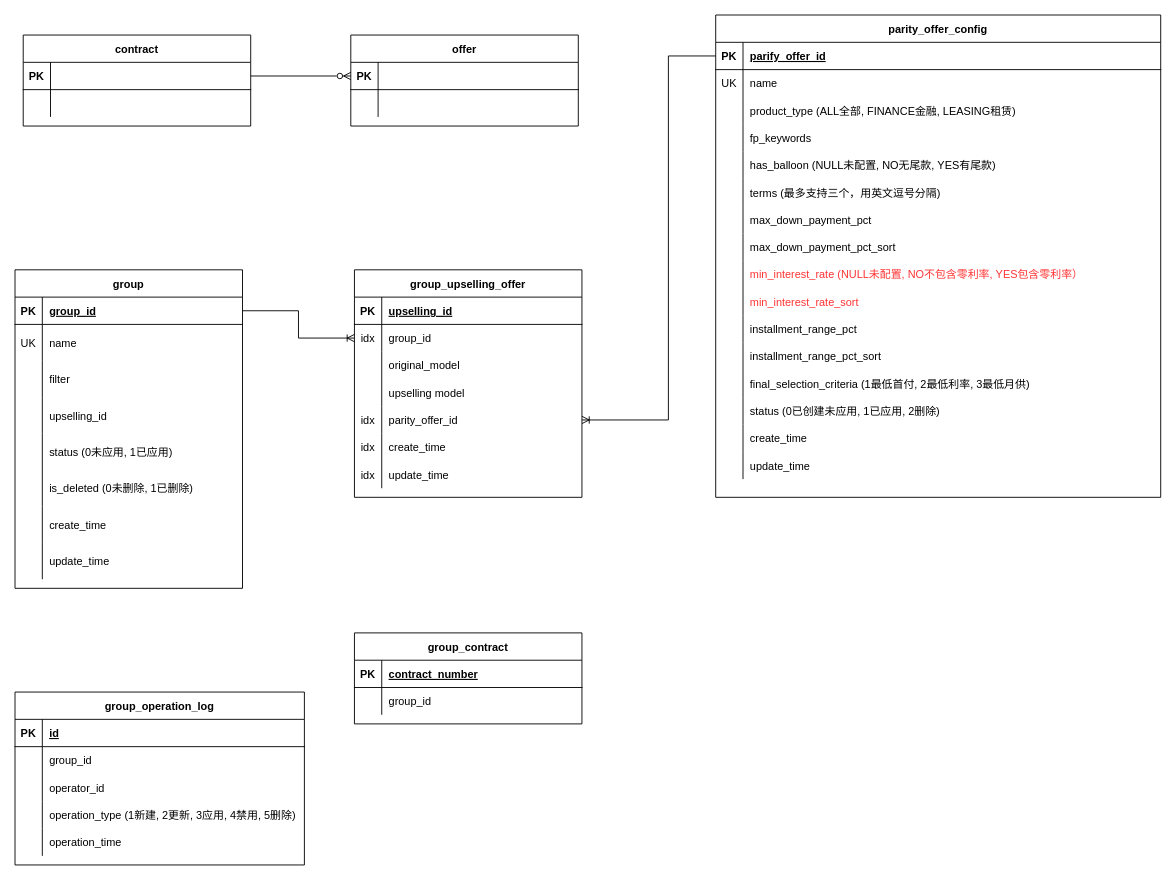
likun0121/insight keeps this draw.io diagram as insight.drawio. Above is the earlier version. Source tidied: cells renumbered, new cells numbered last; positions are measured from the earlier drawing's top-left corner, leaving out a move shared by most shapes. Both pictures are drawn from the tidied source at 91%, with x=0, y=0 at pixel (15, 15).
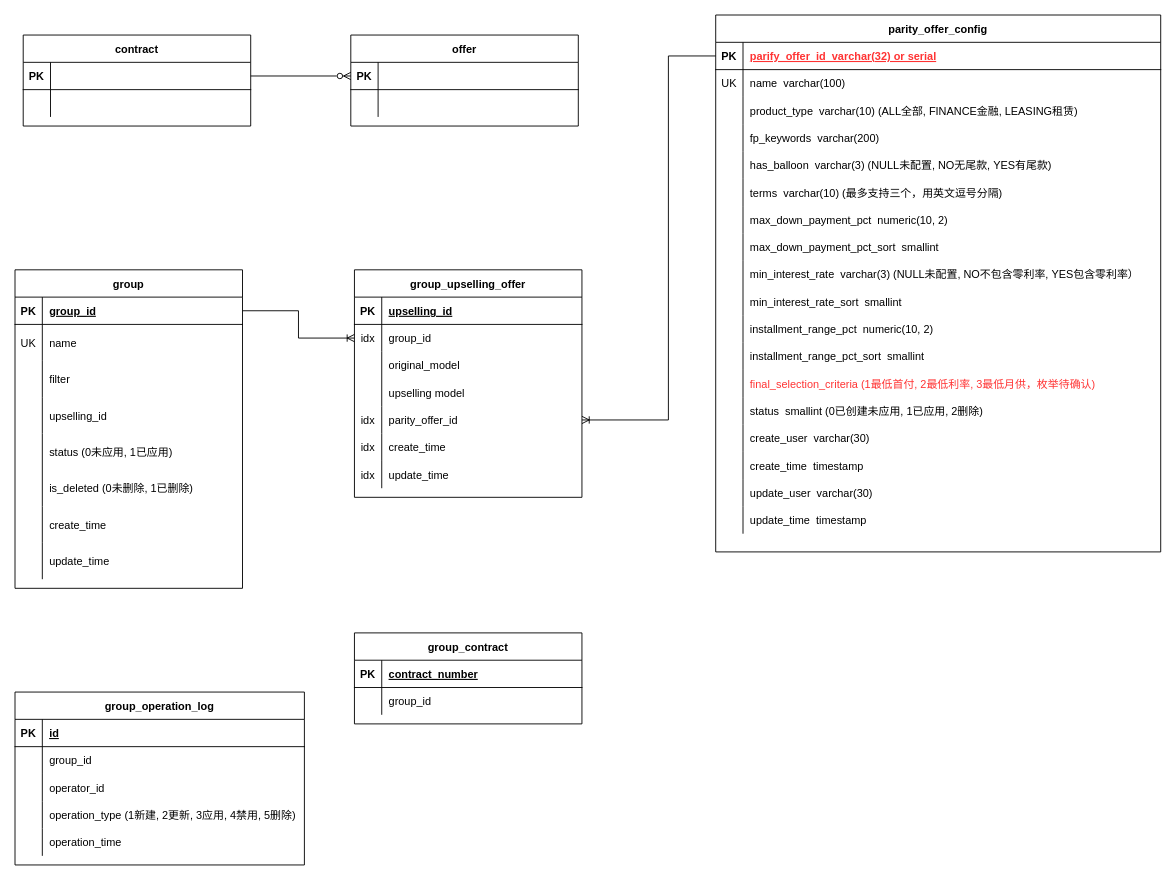
The same diagram, later.

Unchanged cells that the change refers to:
```xml
<mxCell id="43" style="shape=partialRectangle;fillColor=none;points=[[0,0.5],[1,0.5]];portConstraint=eastwest;top=0;left=0;right=0;bottom=1;" parent="42" vertex="1">
  <mxGeometry y="30" width="489" height="30" as="geometry" />
</mxCell>
<mxCell id="46" style="shape=partialRectangle;fillColor=none;top=0;left=0;right=0;bottom=0;" parent="42" vertex="1">
  <mxGeometry y="60" width="489" height="30" as="geometry" />
</mxCell>
<mxCell id="49" style="shape=partialRectangle;fillColor=none;top=0;left=0;right=0;bottom=0;" parent="42" vertex="1">
  <mxGeometry y="90" width="489" height="30" as="geometry" />
</mxCell>
<mxCell id="52" style="shape=partialRectangle;fillColor=none;top=0;left=0;right=0;bottom=0;" parent="42" vertex="1">
  <mxGeometry y="120" width="489" height="30" as="geometry" />
</mxCell>
<mxCell id="55" style="shape=partialRectangle;fillColor=none;top=0;left=0;right=0;bottom=0;" parent="42" vertex="1">
  <mxGeometry y="150" width="489" height="30" as="geometry" />
</mxCell>
<mxCell id="58" style="shape=partialRectangle;fillColor=none;top=0;left=0;right=0;bottom=0;" parent="42" vertex="1">
  <mxGeometry y="180" width="489" height="30" as="geometry" />
</mxCell>
<mxCell id="61" style="shape=partialRectangle;fillColor=none;top=0;left=0;right=0;bottom=0;" parent="42" vertex="1">
  <mxGeometry y="210" width="489" height="30" as="geometry" />
</mxCell>
<mxCell id="64" style="shape=partialRectangle;fillColor=none;top=0;left=0;right=0;bottom=0;" parent="42" vertex="1">
  <mxGeometry y="240" width="489" height="30" as="geometry" />
</mxCell>
<mxCell id="70" style="shape=partialRectangle;fillColor=none;top=0;left=0;right=0;bottom=0;" parent="42" vertex="1">
  <mxGeometry y="300" width="489" height="30" as="geometry" />
</mxCell>
<mxCell id="73" style="shape=partialRectangle;fillColor=none;top=0;left=0;right=0;bottom=0;" parent="42" vertex="1">
  <mxGeometry y="330" width="489" height="30" as="geometry" />
</mxCell>
<mxCell id="76" style="shape=partialRectangle;fillColor=none;top=0;left=0;right=0;bottom=0;" parent="42" vertex="1">
  <mxGeometry y="360" width="489" height="30" as="geometry" />
</mxCell>
<mxCell id="79" style="shape=partialRectangle;fillColor=none;top=0;left=0;right=0;bottom=0;" parent="42" vertex="1">
  <mxGeometry y="390" width="489" height="30" as="geometry" />
</mxCell>
<mxCell id="82" style="shape=partialRectangle;fillColor=none;top=0;left=0;right=0;bottom=0;" parent="42" vertex="1">
  <mxGeometry y="420" width="489" height="30" as="geometry" />
</mxCell>
```

The edit, as a diff of the source:
```diff
@@
     <mxCell id="42" value="parity_offer_config" style="shape=table;startSize=30;childLayout=tableLayout;rowLines=0;fontStyle=1;align=center;" parent="1" vertex="1">
-      <mxGeometry x="770" width="489" height="530" as="geometry" />
+      <mxGeometry x="770" width="489" height="590" as="geometry" />
     </mxCell>
@@
-    <mxCell id="45" value="parify_offer_id" style="shape=partialRectangle;overflow=hidden;fillColor=none;top=0;left=0;bottom=0;right=0;align=left;spacingLeft=6;fontStyle=5;" parent="43" vertex="1">
+    <mxCell id="45" value="parify_offer_id  varchar(32) or serial" style="shape=partialRectangle;overflow=hidden;fillColor=none;top=0;left=0;bottom=0;right=0;align=left;spacingLeft=6;fontStyle=5;fontColor=#FF3333;" parent="43" vertex="1">
       <mxGeometry x="30" width="459" height="30" as="geometry" />
     </mxCell>
@@
-    <mxCell id="48" value="name" style="shape=partialRectangle;overflow=hidden;fillColor=none;top=0;left=0;bottom=0;right=0;align=left;spacingLeft=6;" parent="46" vertex="1">
+    <mxCell id="48" value="name  varchar(100)" style="shape=partialRectangle;overflow=hidden;fillColor=none;top=0;left=0;bottom=0;right=0;align=left;spacingLeft=6;" parent="46" vertex="1">
       <mxGeometry x="30" width="459" height="30" as="geometry" />
     </mxCell>
@@
-    <mxCell id="51" value="product_type (ALL全部, FINANCE金融, LEASING租赁)" style="shape=partialRectangle;overflow=hidden;fillColor=none;top=0;left=0;bottom=0;right=0;align=left;spacingLeft=6;" parent="49" vertex="1">
+    <mxCell id="51" value="product_type  varchar(10) (ALL全部, FINANCE金融, LEASING租赁)" style="shape=partialRectangle;overflow=hidden;fillColor=none;top=0;left=0;bottom=0;right=0;align=left;spacingLeft=6;" parent="49" vertex="1">
       <mxGeometry x="30" width="459" height="30" as="geometry" />
     </mxCell>
@@
-    <mxCell id="54" value="fp_keywords" style="shape=partialRectangle;overflow=hidden;fillColor=none;top=0;left=0;bottom=0;right=0;align=left;spacingLeft=6;" parent="52" vertex="1">
+    <mxCell id="54" value="fp_keywords  varchar(200)" style="shape=partialRectangle;overflow=hidden;fillColor=none;top=0;left=0;bottom=0;right=0;align=left;spacingLeft=6;" parent="52" vertex="1">
       <mxGeometry x="30" width="459" height="30" as="geometry" />
     </mxCell>
@@
-    <mxCell id="57" value="has_balloon (NULL未配置, NO无尾款, YES有尾款)" style="shape=partialRectangle;overflow=hidden;fillColor=none;top=0;left=0;bottom=0;right=0;align=left;spacingLeft=6;" parent="55" vertex="1">
+    <mxCell id="57" value="has_balloon  varchar(3) (NULL未配置, NO无尾款, YES有尾款)" style="shape=partialRectangle;overflow=hidden;fillColor=none;top=0;left=0;bottom=0;right=0;align=left;spacingLeft=6;" parent="55" vertex="1">
       <mxGeometry x="30" width="459" height="30" as="geometry" />
     </mxCell>
@@
-    <mxCell id="60" value="terms (最多支持三个，用英文逗号分隔)" style="shape=partialRectangle;overflow=hidden;fillColor=none;top=0;left=0;bottom=0;right=0;align=left;spacingLeft=6;" parent="58" vertex="1">
+    <mxCell id="60" value="terms  varchar(10) (最多支持三个，用英文逗号分隔)" style="shape=partialRectangle;overflow=hidden;fillColor=none;top=0;left=0;bottom=0;right=0;align=left;spacingLeft=6;" parent="58" vertex="1">
       <mxGeometry x="30" width="459" height="30" as="geometry" />
     </mxCell>
@@
-    <mxCell id="63" value="max_down_payment_pct" style="shape=partialRectangle;overflow=hidden;fillColor=none;top=0;left=0;bottom=0;right=0;align=left;spacingLeft=6;" parent="61" vertex="1">
+    <mxCell id="63" value="max_down_payment_pct  numeric(10, 2)" style="shape=partialRectangle;overflow=hidden;fillColor=none;top=0;left=0;bottom=0;right=0;align=left;spacingLeft=6;" parent="61" vertex="1">
       <mxGeometry x="30" width="459" height="30" as="geometry" />
     </mxCell>
@@
-    <mxCell id="66" value="max_down_payment_pct_sort" style="shape=partialRectangle;overflow=hidden;fillColor=none;top=0;left=0;bottom=0;right=0;align=left;spacingLeft=6;" parent="64" vertex="1">
+    <mxCell id="66" value="max_down_payment_pct_sort  smallint" style="shape=partialRectangle;overflow=hidden;fillColor=none;top=0;left=0;bottom=0;right=0;align=left;spacingLeft=6;" parent="64" vertex="1">
       <mxGeometry x="30" width="459" height="30" as="geometry" />
     </mxCell>
-    <mxCell id="67" style="shape=partialRectangle;fillColor=none;top=0;left=0;right=0;bottom=0;" parent="42" vertex="1">
+    <mxCell id="67" style="shape=partialRectangle;fillColor=none;top=0;left=0;right=0;bottom=0;strokeColor=#000000;" parent="42" vertex="1">
       <mxGeometry y="270" width="489" height="30" as="geometry" />
     </mxCell>
@@
-    <mxCell id="69" value="min_interest_rate (NULL未配置, NO不包含零利率, YES包含零利率）" style="shape=partialRectangle;overflow=hidden;fillColor=none;top=0;left=0;bottom=0;right=0;align=left;spacingLeft=6;labelBackgroundColor=default;fontColor=#FF3333;" parent="67" vertex="1">
+    <mxCell id="69" value="min_interest_rate  varchar(3) (NULL未配置, NO不包含零利率, YES包含零利率）" style="shape=partialRectangle;overflow=hidden;fillColor=none;top=0;left=0;bottom=0;right=0;align=left;spacingLeft=6;labelBackgroundColor=default;fontColor=#000000;" parent="67" vertex="1">
       <mxGeometry x="30" width="459" height="30" as="geometry" />
     </mxCell>
@@
-    <mxCell id="72" value="min_interest_rate_sort" style="shape=partialRectangle;overflow=hidden;fillColor=none;top=0;left=0;bottom=0;right=0;align=left;spacingLeft=6;fontColor=#FF3333;" parent="70" vertex="1">
+    <mxCell id="72" value="min_interest_rate_sort  smallint" style="shape=partialRectangle;overflow=hidden;fillColor=none;top=0;left=0;bottom=0;right=0;align=left;spacingLeft=6;fontColor=#000000;" parent="70" vertex="1">
       <mxGeometry x="30" width="459" height="30" as="geometry" />
     </mxCell>
@@
-    <mxCell id="75" value="installment_range_pct" style="shape=partialRectangle;overflow=hidden;fillColor=none;top=0;left=0;bottom=0;right=0;align=left;spacingLeft=6;" parent="73" vertex="1">
+    <mxCell id="75" value="installment_range_pct  numeric(10, 2)" style="shape=partialRectangle;overflow=hidden;fillColor=none;top=0;left=0;bottom=0;right=0;align=left;spacingLeft=6;" parent="73" vertex="1">
       <mxGeometry x="30" width="459" height="30" as="geometry" />
     </mxCell>
@@
-    <mxCell id="78" value="installment_range_pct_sort" style="shape=partialRectangle;overflow=hidden;fillColor=none;top=0;left=0;bottom=0;right=0;align=left;spacingLeft=6;" parent="76" vertex="1">
+    <mxCell id="78" value="installment_range_pct_sort  smallint" style="shape=partialRectangle;overflow=hidden;fillColor=none;top=0;left=0;bottom=0;right=0;align=left;spacingLeft=6;" parent="76" vertex="1">
       <mxGeometry x="30" width="459" height="30" as="geometry" />
     </mxCell>
@@
-    <mxCell id="81" value="final_selection_criteria (1最低首付, 2最低利率, 3最低月供)" style="shape=partialRectangle;overflow=hidden;fillColor=none;top=0;left=0;bottom=0;right=0;align=left;spacingLeft=6;" parent="79" vertex="1">
+    <mxCell id="81" value="final_selection_criteria (1最低首付, 2最低利率, 3最低月供，枚举待确认)" style="shape=partialRectangle;overflow=hidden;fillColor=none;top=0;left=0;bottom=0;right=0;align=left;spacingLeft=6;fontColor=#FF3333;" parent="79" vertex="1">
       <mxGeometry x="30" width="459" height="30" as="geometry" />
     </mxCell>
@@
-    <mxCell id="84" value="status (0已创建未应用, 1已应用, 2删除)" style="shape=partialRectangle;overflow=hidden;fillColor=none;top=0;left=0;bottom=0;right=0;align=left;spacingLeft=6;" parent="82" vertex="1">
+    <mxCell id="84" value="status  smallint (0已创建未应用, 1已应用, 2删除)" style="shape=partialRectangle;overflow=hidden;fillColor=none;top=0;left=0;bottom=0;right=0;align=left;spacingLeft=6;" parent="82" vertex="1">
       <mxGeometry x="30" width="459" height="30" as="geometry" />
     </mxCell>
+    <mxCell id="138" style="shape=partialRectangle;fillColor=none;top=0;left=0;right=0;bottom=0;" parent="42" vertex="1">
+      <mxGeometry y="450" width="489" height="30" as="geometry" />
+    </mxCell>
+    <mxCell id="139" style="shape=partialRectangle;overflow=hidden;fillColor=none;top=0;left=0;bottom=0;right=0;" parent="138" vertex="1">
+      <mxGeometry width="30" height="30" as="geometry" />
+    </mxCell>
+    <mxCell id="140" value="create_user  varchar(30)" style="shape=partialRectangle;overflow=hidden;fillColor=none;top=0;left=0;bottom=0;right=0;align=left;spacingLeft=6;" parent="138" vertex="1">
+      <mxGeometry x="30" width="459" height="30" as="geometry" />
+    </mxCell>
     <mxCell id="85" style="shape=partialRectangle;fillColor=none;top=0;left=0;right=0;bottom=0;" parent="42" vertex="1">
-      <mxGeometry y="450" width="489" height="30" as="geometry" />
+      <mxGeometry y="480" width="489" height="30" as="geometry" />
     </mxCell>
@@
-    <mxCell id="87" value="create_time" style="shape=partialRectangle;overflow=hidden;fillColor=none;top=0;left=0;bottom=0;right=0;align=left;spacingLeft=6;" parent="85" vertex="1">
+    <mxCell id="87" value="create_time  timestamp" style="shape=partialRectangle;overflow=hidden;fillColor=none;top=0;left=0;bottom=0;right=0;align=left;spacingLeft=6;" parent="85" vertex="1">
       <mxGeometry x="30" width="459" height="30" as="geometry" />
     </mxCell>
     <mxCell id="88" style="shape=partialRectangle;fillColor=none;top=0;left=0;right=0;bottom=0;" parent="42" vertex="1">
-      <mxGeometry y="480" width="489" height="30" as="geometry" />
+      <mxGeometry y="510" width="489" height="30" as="geometry" />
     </mxCell>
@@
-    <mxCell id="90" value="update_time" style="shape=partialRectangle;overflow=hidden;fillColor=none;top=0;left=0;bottom=0;right=0;align=left;spacingLeft=6;" parent="88" vertex="1">
+    <mxCell id="90" value="update_user  varchar(30)" style="shape=partialRectangle;overflow=hidden;fillColor=none;top=0;left=0;bottom=0;right=0;align=left;spacingLeft=6;" parent="88" vertex="1">
       <mxGeometry x="30" width="459" height="30" as="geometry" />
     </mxCell>
+    <mxCell id="141" style="shape=partialRectangle;fillColor=none;top=0;left=0;right=0;bottom=0;" parent="42" vertex="1">
+      <mxGeometry y="540" width="489" height="30" as="geometry" />
+    </mxCell>
+    <mxCell id="142" style="shape=partialRectangle;overflow=hidden;fillColor=none;top=0;left=0;bottom=0;right=0;" parent="141" vertex="1">
+      <mxGeometry width="30" height="30" as="geometry" />
+    </mxCell>
+    <mxCell id="143" value="update_time  timestamp" style="shape=partialRectangle;overflow=hidden;fillColor=none;top=0;left=0;bottom=0;right=0;align=left;spacingLeft=6;" parent="141" vertex="1">
+      <mxGeometry x="30" width="459" height="30" as="geometry" />
+    </mxCell>
```
